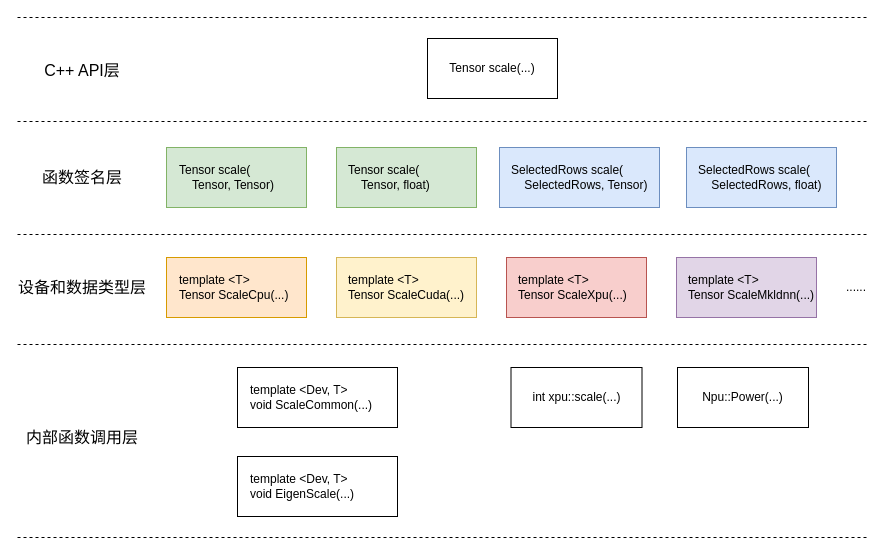
Earlier version of the draw.io diagram page "func-level" (10 of 10) of op2func.drawio (chenwhql/diagrams). Source tidied: cells renumbered, new cells numbered last; positions are measured from the earlier drawing's top-left corner, leaving out a move shared by most shapes. Both pictures are drawn from the tidied source at 100%, with x=0, y=0 at pixel (17, 17).
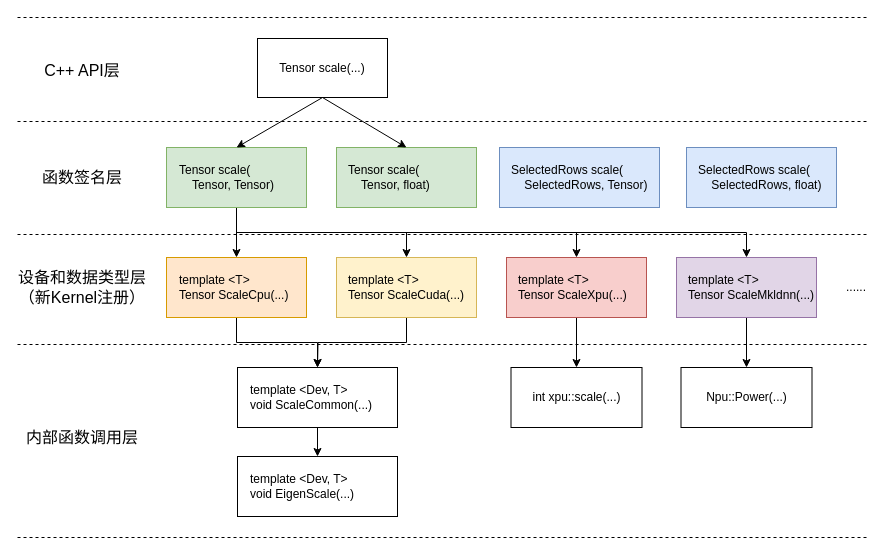
The same page after the edit.

The change refers to these unchanged cells:
```xml
<mxCell id="3" value="template &amp;lt;T&amp;gt;&lt;br&gt;Tensor ScaleCpu(...)" style="rounded=0;whiteSpace=wrap;html=1;align=left;spacingLeft=11;fillColor=#ffe6cc;strokeColor=#d79b00;" parent="1" vertex="1">
  <mxGeometry x="149" y="240" width="140" height="60" as="geometry" />
</mxCell>
<mxCell id="4" value="&lt;span style=&quot;&quot;&gt;template &amp;lt;T&amp;gt;&lt;/span&gt;&lt;br style=&quot;&quot;&gt;&lt;span style=&quot;&quot;&gt;Tensor ScaleCuda(...)&lt;/span&gt;" style="rounded=0;whiteSpace=wrap;html=1;align=left;spacingLeft=10;fillColor=#fff2cc;strokeColor=#d6b656;" parent="1" vertex="1">
  <mxGeometry x="319" y="240" width="140" height="60" as="geometry" />
</mxCell>
<mxCell id="5" value="&lt;span style=&quot;&quot;&gt;template &amp;lt;T&amp;gt;&lt;/span&gt;&lt;br style=&quot;&quot;&gt;&lt;span style=&quot;&quot;&gt;Tensor ScaleXpu(...)&lt;/span&gt;" style="rounded=0;whiteSpace=wrap;html=1;spacingLeft=10;align=left;fillColor=#f8cecc;strokeColor=#b85450;" parent="1" vertex="1">
  <mxGeometry x="489" y="240" width="140" height="60" as="geometry" />
</mxCell>
<mxCell id="6" value="&lt;span style=&quot;&quot;&gt;template &amp;lt;T&amp;gt;&lt;/span&gt;&lt;br style=&quot;&quot;&gt;&lt;span style=&quot;&quot;&gt;Tensor ScaleMkldnn(...)&lt;/span&gt;" style="rounded=0;whiteSpace=wrap;html=1;spacingLeft=10;align=left;fillColor=#e1d5e7;strokeColor=#9673a6;" parent="1" vertex="1">
  <mxGeometry x="659" y="240" width="140" height="60" as="geometry" />
</mxCell>
<mxCell id="8" value="Tensor scale(&lt;br&gt;&amp;nbsp; &amp;nbsp; Tensor, Tensor)" style="rounded=0;whiteSpace=wrap;html=1;align=left;spacingLeft=11;fillColor=#d5e8d4;strokeColor=#82b366;" parent="1" vertex="1">
  <mxGeometry x="149" y="130" width="140" height="60" as="geometry" />
</mxCell>
<mxCell id="9" value="Tensor scale(&lt;br&gt;&amp;nbsp; &amp;nbsp; Tensor, float)" style="rounded=0;whiteSpace=wrap;html=1;align=left;spacingLeft=10;fillColor=#d5e8d4;strokeColor=#82b366;" parent="1" vertex="1">
  <mxGeometry x="319" y="130" width="140" height="60" as="geometry" />
</mxCell>
<mxCell id="12" value="template &amp;lt;Dev, T&amp;gt;&lt;br&gt;void ScaleCommon(...)" style="rounded=0;whiteSpace=wrap;html=1;align=left;spacingLeft=11;" parent="1" vertex="1">
  <mxGeometry x="220" y="350" width="160" height="60" as="geometry" />
</mxCell>
<mxCell id="13" value="template &amp;lt;Dev, T&amp;gt;&lt;br&gt;void EigenScale(...)" style="rounded=0;whiteSpace=wrap;html=1;align=left;spacingLeft=11;" parent="1" vertex="1">
  <mxGeometry x="220" y="439" width="160" height="60" as="geometry" />
</mxCell>
<mxCell id="14" value="int xpu::scale(...)" style="rounded=0;whiteSpace=wrap;html=1;align=center;spacingLeft=0;" parent="1" vertex="1">
  <mxGeometry x="493.5" y="350" width="131" height="60" as="geometry" />
</mxCell>
```

Diff of the diagram source:
```diff
@@
     <mxCell id="2" value="Tensor scale(...)" style="rounded=0;whiteSpace=wrap;html=1;" parent="1" vertex="1">
-      <mxGeometry x="410" y="21" width="130" height="60" as="geometry" />
+      <mxGeometry x="240" y="21" width="130" height="59" as="geometry" />
     </mxCell>
+    <mxCell id="25" style="edgeStyle=orthogonalEdgeStyle;rounded=0;jettySize=auto;html=1;exitX=0.5;exitY=1;exitDx=0;exitDy=0;entryX=0.5;entryY=0;entryDx=0;entryDy=0;fontSize=16;" parent="1" edge="1" source="3" target="12">
+      <mxGeometry relative="1" as="geometry" />
+    </mxCell>
@@
+    <mxCell id="26" style="edgeStyle=orthogonalEdgeStyle;rounded=0;jettySize=auto;html=1;exitX=0.5;exitY=1;exitDx=0;exitDy=0;fontSize=16;" parent="1" edge="1" source="4">
+      <mxGeometry relative="1" as="geometry">
+        <mxPoint x="300" y="350" as="targetPoint" />
+      </mxGeometry>
+    </mxCell>
@@
+    <mxCell id="27" style="edgeStyle=orthogonalEdgeStyle;rounded=0;jettySize=auto;html=1;exitX=0.5;exitY=1;exitDx=0;exitDy=0;fontSize=16;" parent="1" edge="1" source="5" target="14">
+      <mxGeometry relative="1" as="geometry" />
+    </mxCell>
@@
+    <mxCell id="28" style="edgeStyle=orthogonalEdgeStyle;rounded=0;jettySize=auto;html=1;exitX=0.5;exitY=1;exitDx=0;exitDy=0;fontSize=16;" parent="1" edge="1" source="6" target="15">
+      <mxGeometry relative="1" as="geometry" />
+    </mxCell>
@@
+    <mxCell id="29" style="edgeStyle=orthogonalEdgeStyle;rounded=0;jettySize=auto;html=1;exitX=0.5;exitY=1;exitDx=0;exitDy=0;fontSize=16;" parent="1" edge="1" source="8" target="3">
+      <mxGeometry relative="1" as="geometry" />
+    </mxCell>
+    <mxCell id="30" style="edgeStyle=orthogonalEdgeStyle;rounded=0;jettySize=auto;html=1;exitX=0.5;exitY=1;exitDx=0;exitDy=0;fontSize=16;" parent="1" edge="1" source="8" target="4">
+      <mxGeometry relative="1" as="geometry" />
+    </mxCell>
+    <mxCell id="31" style="edgeStyle=orthogonalEdgeStyle;rounded=0;jettySize=auto;html=1;exitX=0.5;exitY=1;exitDx=0;exitDy=0;entryX=0.5;entryY=0;entryDx=0;entryDy=0;fontSize=16;" parent="1" edge="1" source="8" target="5">
+      <mxGeometry relative="1" as="geometry" />
+    </mxCell>
+    <mxCell id="32" style="edgeStyle=orthogonalEdgeStyle;rounded=0;jettySize=auto;html=1;exitX=0.5;exitY=1;exitDx=0;exitDy=0;entryX=0.5;entryY=0;entryDx=0;entryDy=0;fontSize=16;" parent="1" edge="1" source="8" target="6">
+      <mxGeometry relative="1" as="geometry" />
+    </mxCell>
@@
+    <mxCell id="33" style="edgeStyle=orthogonalEdgeStyle;rounded=0;jettySize=auto;html=1;exitX=0.5;exitY=1;exitDx=0;exitDy=0;entryX=0.5;entryY=0;entryDx=0;entryDy=0;fontSize=16;" parent="1" edge="1" source="12" target="13">
+      <mxGeometry relative="1" as="geometry" />
+    </mxCell>
@@
     <mxCell id="15" value="Npu::Power(...)" style="rounded=0;whiteSpace=wrap;html=1;align=center;spacingLeft=0;" parent="1" vertex="1">
-      <mxGeometry x="660" y="350" width="131" height="60" as="geometry" />
+      <mxGeometry x="663.5" y="350" width="131" height="60" as="geometry" />
     </mxCell>
@@
-    <mxCell id="23" value="设备和数据类型层" style="text;html=1;strokeColor=none;fillColor=none;align=center;verticalAlign=middle;whiteSpace=wrap;rounded=0;fontSize=16;" parent="1" vertex="1">
+    <mxCell id="23" value="设备和数据类型层&lt;br&gt;（新Kernel注册）" style="text;html=1;strokeColor=none;fillColor=none;align=center;verticalAlign=middle;whiteSpace=wrap;rounded=0;fontSize=16;" parent="1" vertex="1">
       <mxGeometry y="260" width="130" height="20" as="geometry" />
     </mxCell>
@@
+    <mxCell id="34" style="endArrow=classic;html=1;fontSize=16;exitX=0.5;exitY=1;exitDx=0;exitDy=0;entryX=0.5;entryY=0;entryDx=0;entryDy=0;" parent="1" edge="1" source="2" target="8">
+      <mxGeometry relative="1" as="geometry" />
+    </mxCell>
+    <mxCell id="35" style="endArrow=classic;html=1;fontSize=16;exitX=0.5;exitY=1;exitDx=0;exitDy=0;entryX=0.5;entryY=0;entryDx=0;entryDy=0;" parent="1" edge="1" source="2" target="9">
+      <mxGeometry relative="1" as="geometry" />
+    </mxCell>
```
